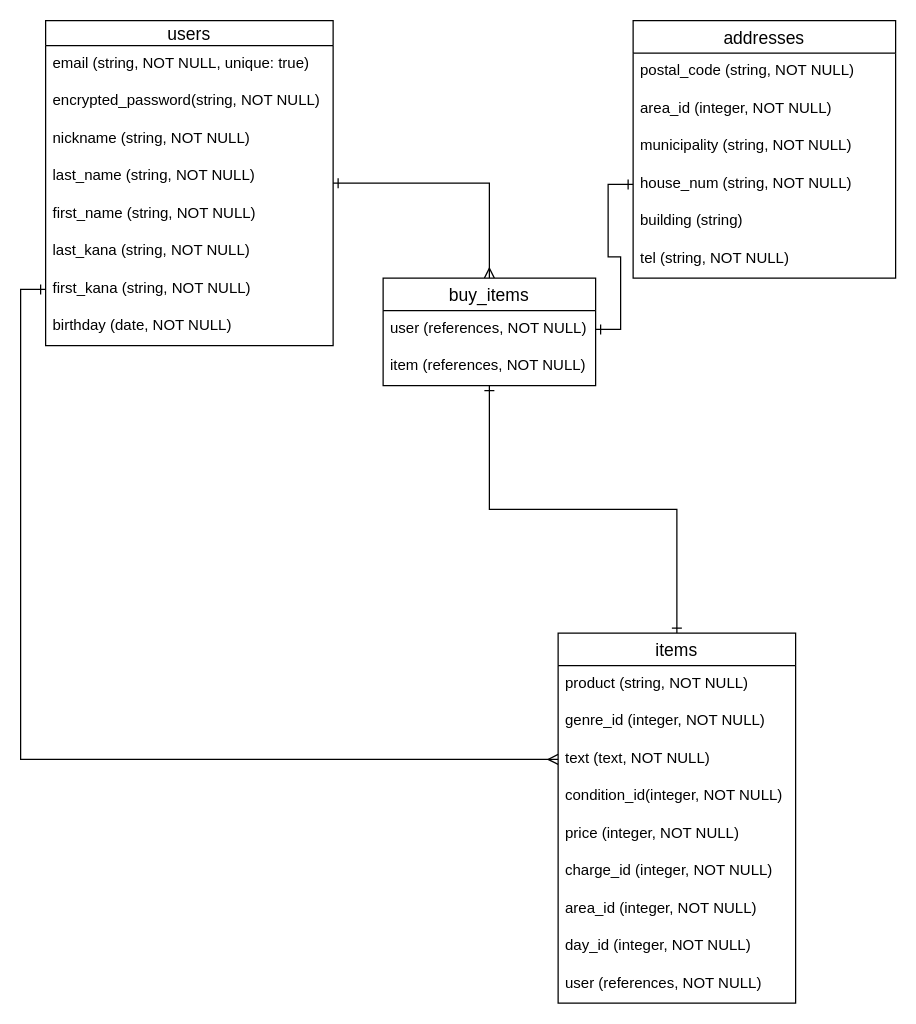
This is furima.dio from yamaryo0250/furima-35265, a draw.io file, before an edit. Source tidied: cells renumbered, new cells numbered last; positions are measured from the earlier drawing's top-left corner, leaving out a move shared by most shapes. Both pictures are drawn from the tidied source at 125%, with x=0, y=0 at pixel (45, 20).
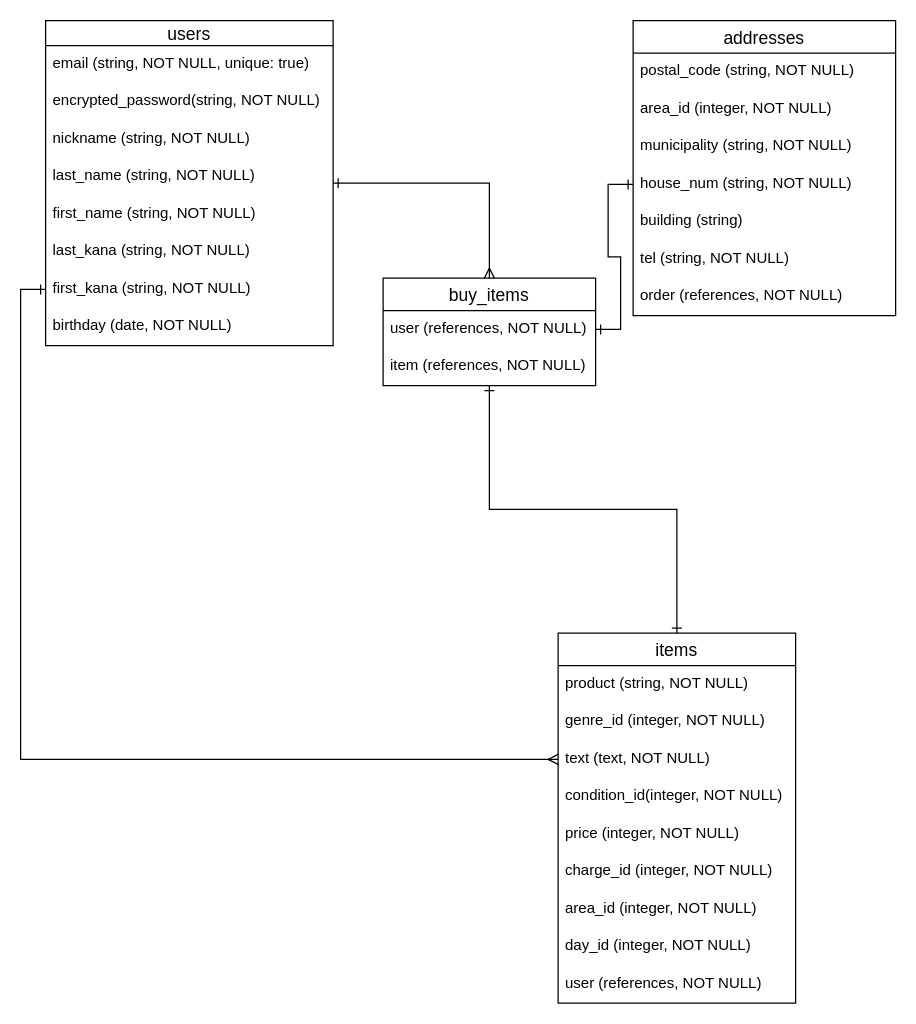
After the change.

Change to the diagram source:
```diff
@@
     <mxCell id="11" value="addresses" style="swimlane;fontStyle=0;horizontal=1;startSize=26;align=center;fontSize=14;" parent="1" vertex="1">
-      <mxGeometry x="470" width="210" height="206" as="geometry" />
+      <mxGeometry x="470" width="210" height="236" as="geometry" />
     </mxCell>
@@
+    <mxCell id="35" value="order (references, NOT NULL)" style="text;strokeColor=none;fillColor=none;spacingLeft=4;spacingRight=4;overflow=hidden;fontSize=12;fontStyle=0;" parent="11" vertex="1">
+      <mxGeometry y="206" width="210" height="30" as="geometry" />
+    </mxCell>
```
